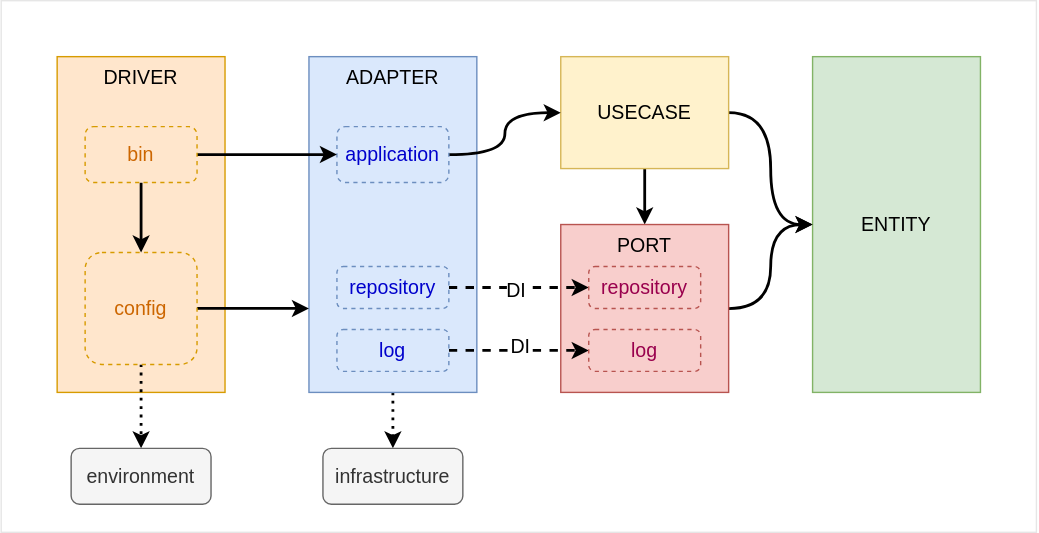
The draw.io diagram .docs/images/architecture.drawio.svg in grandcolline/track_search, before a commit. Source tidied: cells renumbered, new cells last; positions are measured from the earlier drawing's top-left corner, leaving out a move shared by most shapes. The source it was exported from:
```xml
<mxGraphModel>
  <root>
    <mxCell id="0" />
    <mxCell id="1" parent="0" />
    <mxCell id="2" style="rounded=0;whiteSpace=wrap;html=1;fontSize=14;fillColor=none;strokeColor=#E6E6E6;" parent="1" vertex="1">
      <mxGeometry width="740" height="380" as="geometry" />
    </mxCell>
    <mxCell id="3" value="&lt;font style=&quot;font-size: 14px;&quot;&gt;ENTITY&lt;/font&gt;" style="rounded=0;whiteSpace=wrap;html=1;fillColor=#d5e8d4;strokeColor=#82b366;verticalAlign=middle;" parent="1" vertex="1">
      <mxGeometry x="580" y="40" width="120" height="240" as="geometry" />
    </mxCell>
    <mxCell id="4" style="edgeStyle=orthogonalEdgeStyle;curved=1;rounded=0;jettySize=auto;html=1;entryX=0;entryY=0.5;entryDx=0;entryDy=0;fontSize=14;strokeWidth=2;" parent="1" edge="1" source="6" target="3">
      <mxGeometry relative="1" as="geometry" />
    </mxCell>
    <mxCell id="5" style="edgeStyle=orthogonalEdgeStyle;curved=1;rounded=0;jettySize=auto;html=1;fontSize=14;strokeWidth=2;" parent="1" edge="1" source="6" target="11">
      <mxGeometry relative="1" as="geometry" />
    </mxCell>
    <mxCell id="6" value="&lt;span style=&quot;font-size: 14px;&quot;&gt;USECASE&lt;/span&gt;" style="rounded=0;whiteSpace=wrap;html=1;fillColor=#fff2cc;strokeColor=#d6b656;verticalAlign=middle;" parent="1" vertex="1">
      <mxGeometry x="400" y="40" width="120" height="80" as="geometry" />
    </mxCell>
    <mxCell id="7" value="&lt;span style=&quot;font-size: 14px;&quot;&gt;DRIVER&lt;/span&gt;" style="rounded=0;whiteSpace=wrap;html=1;fillColor=#ffe6cc;strokeColor=#d79b00;verticalAlign=top;" parent="1" vertex="1">
      <mxGeometry x="40" y="40" width="120" height="240" as="geometry" />
    </mxCell>
    <mxCell id="8" style="edgeStyle=orthogonalEdgeStyle;curved=1;rounded=0;jettySize=auto;html=1;entryX=0.5;entryY=0;entryDx=0;entryDy=0;dashed=1;dashPattern=1 2;fontSize=14;fontColor=#000000;strokeWidth=2;" parent="1" edge="1" source="9" target="29">
      <mxGeometry relative="1" as="geometry" />
    </mxCell>
    <mxCell id="9" value="&lt;span style=&quot;font-size: 14px;&quot;&gt;ADAPTER&lt;/span&gt;" style="rounded=0;whiteSpace=wrap;html=1;fillColor=#dae8fc;strokeColor=#6c8ebf;verticalAlign=top;" parent="1" vertex="1">
      <mxGeometry x="220" y="40" width="120" height="240" as="geometry" />
    </mxCell>
    <mxCell id="10" style="edgeStyle=orthogonalEdgeStyle;curved=1;rounded=0;jettySize=auto;html=1;fontSize=14;strokeWidth=2;" parent="1" edge="1" source="11" target="3">
      <mxGeometry relative="1" as="geometry" />
    </mxCell>
    <mxCell id="11" value="&lt;span style=&quot;font-size: 14px;&quot;&gt;PORT&lt;/span&gt;" style="rounded=0;whiteSpace=wrap;html=1;fillColor=#f8cecc;strokeColor=#b85450;verticalAlign=top;" parent="1" vertex="1">
      <mxGeometry x="400" y="160" width="120" height="120" as="geometry" />
    </mxCell>
    <mxCell id="12" style="edgeStyle=orthogonalEdgeStyle;curved=1;rounded=0;jettySize=auto;html=1;fontSize=14;strokeWidth=2;" parent="1" edge="1" source="13" target="6">
      <mxGeometry relative="1" as="geometry" />
    </mxCell>
    <mxCell id="13" value="&lt;font color=&quot;#0000cc&quot;&gt;application&lt;/font&gt;" style="rounded=1;whiteSpace=wrap;html=1;fontSize=14;fillColor=#dae8fc;dashed=1;strokeColor=#6c8ebf;" parent="1" vertex="1">
      <mxGeometry x="240" y="90" width="80" height="40" as="geometry" />
    </mxCell>
    <mxCell id="14" style="edgeStyle=orthogonalEdgeStyle;curved=1;rounded=0;jettySize=auto;html=1;entryX=0;entryY=0.5;entryDx=0;entryDy=0;fontSize=14;strokeWidth=2;dashed=1;" parent="1" edge="1" source="16" target="20">
      <mxGeometry relative="1" as="geometry" />
    </mxCell>
    <mxCell id="15" value="DI" style="edgeLabel;html=1;align=center;verticalAlign=middle;fontSize=14;fontColor=#000000;" parent="14" vertex="1">
      <mxGeometry x="-0.05" relative="1" as="geometry">
        <mxPoint y="1" as="offset" />
      </mxGeometry>
    </mxCell>
    <mxCell id="16" value="&lt;span style=&quot;color: rgb(0, 0, 204);&quot;&gt;repository&lt;/span&gt;" style="rounded=1;whiteSpace=wrap;html=1;fontSize=14;fillColor=#dae8fc;dashed=1;strokeColor=#6c8ebf;" parent="1" vertex="1">
      <mxGeometry x="240" y="190" width="80" height="30" as="geometry" />
    </mxCell>
    <mxCell id="17" style="edgeStyle=orthogonalEdgeStyle;curved=1;rounded=0;jettySize=auto;html=1;entryX=0;entryY=0.5;entryDx=0;entryDy=0;fontSize=14;strokeWidth=2;dashed=1;" parent="1" edge="1" source="19" target="21">
      <mxGeometry relative="1" as="geometry" />
    </mxCell>
    <mxCell id="18" value="&lt;font color=&quot;#000000&quot;&gt;DI&lt;/font&gt;" style="edgeLabel;html=1;align=center;verticalAlign=middle;fontSize=14;fontColor=#0000CC;" parent="17" vertex="1">
      <mxGeometry x="0.01" y="5" relative="1" as="geometry">
        <mxPoint y="1" as="offset" />
      </mxGeometry>
    </mxCell>
    <mxCell id="19" value="&lt;font color=&quot;#0000cc&quot;&gt;log&lt;/font&gt;" style="rounded=1;whiteSpace=wrap;html=1;fontSize=14;fillColor=#dae8fc;dashed=1;strokeColor=#6c8ebf;" parent="1" vertex="1">
      <mxGeometry x="240" y="235" width="80" height="30" as="geometry" />
    </mxCell>
    <mxCell id="20" value="&lt;font color=&quot;#99004d&quot;&gt;repository&lt;/font&gt;" style="rounded=1;whiteSpace=wrap;html=1;fontSize=14;fillColor=#f8cecc;dashed=1;strokeColor=#b85450;" parent="1" vertex="1">
      <mxGeometry x="420" y="190" width="80" height="30" as="geometry" />
    </mxCell>
    <mxCell id="21" value="&lt;font color=&quot;#99004d&quot;&gt;log&lt;/font&gt;" style="rounded=1;whiteSpace=wrap;html=1;fontSize=14;fillColor=#f8cecc;dashed=1;strokeColor=#b85450;" parent="1" vertex="1">
      <mxGeometry x="420" y="235" width="80" height="30" as="geometry" />
    </mxCell>
    <mxCell id="22" style="edgeStyle=orthogonalEdgeStyle;curved=1;rounded=0;jettySize=auto;html=1;fontSize=14;fontColor=#000000;strokeWidth=2;dashed=1;dashPattern=1 2;" parent="1" edge="1" source="24" target="28">
      <mxGeometry relative="1" as="geometry" />
    </mxCell>
    <mxCell id="23" style="edgeStyle=orthogonalEdgeStyle;curved=1;rounded=0;jettySize=auto;html=1;entryX=0;entryY=0.75;entryDx=0;entryDy=0;fontSize=10;fontColor=#000000;strokeWidth=2;" parent="1" edge="1" source="24" target="9">
      <mxGeometry relative="1" as="geometry" />
    </mxCell>
    <mxCell id="24" value="&lt;font color=&quot;#cc6600&quot;&gt;config&lt;/font&gt;" style="rounded=1;whiteSpace=wrap;html=1;fontSize=14;fillColor=#ffe6cc;dashed=1;strokeColor=#d79b00;" parent="1" vertex="1">
      <mxGeometry x="60" y="180" width="80" height="80" as="geometry" />
    </mxCell>
    <mxCell id="25" style="edgeStyle=orthogonalEdgeStyle;curved=1;rounded=0;jettySize=auto;html=1;entryX=0;entryY=0.5;entryDx=0;entryDy=0;fontSize=14;strokeWidth=2;" parent="1" edge="1" source="27" target="13">
      <mxGeometry relative="1" as="geometry" />
    </mxCell>
    <mxCell id="26" style="edgeStyle=orthogonalEdgeStyle;curved=1;rounded=0;jettySize=auto;html=1;fontSize=14;fontColor=#0000CC;strokeWidth=2;" parent="1" edge="1" source="27" target="24">
      <mxGeometry relative="1" as="geometry" />
    </mxCell>
    <mxCell id="27" value="&lt;font color=&quot;#cc6600&quot;&gt;bin&lt;/font&gt;" style="rounded=1;whiteSpace=wrap;html=1;fontSize=14;fillColor=#ffe6cc;dashed=1;strokeColor=#d79b00;" parent="1" vertex="1">
      <mxGeometry x="60" y="90" width="80" height="40" as="geometry" />
    </mxCell>
    <mxCell id="28" value="environment" style="rounded=1;whiteSpace=wrap;html=1;fontSize=14;fontColor=#333333;fillColor=#f5f5f5;strokeColor=#666666;" parent="1" vertex="1">
      <mxGeometry x="50" y="320" width="100" height="40" as="geometry" />
    </mxCell>
    <mxCell id="29" value="infrastructure" style="rounded=1;whiteSpace=wrap;html=1;fontSize=14;fontColor=#333333;fillColor=#f5f5f5;strokeColor=#666666;" parent="1" vertex="1">
      <mxGeometry x="230" y="320" width="100" height="40" as="geometry" />
    </mxCell>
  </root>
</mxGraphModel>
```
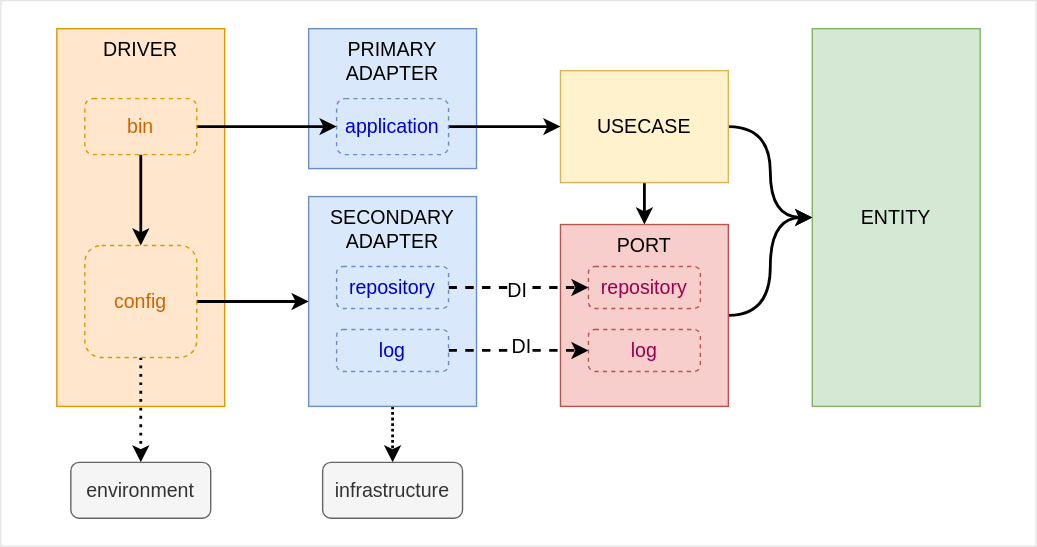
Above is the later version.

What changed in the source:
```diff
@@ -2,11 +2,17 @@
   <root>
     <mxCell id="0" />
     <mxCell id="1" parent="0" />
+    <mxCell id="30" style="edgeStyle=orthogonalEdgeStyle;rounded=0;jettySize=auto;html=1;entryX=0.5;entryY=0;entryDx=0;entryDy=0;strokeWidth=2;dashed=1;dashPattern=1 1;" parent="1" edge="1" source="31" target="29">
+      <mxGeometry relative="1" as="geometry" />
+    </mxCell>
+    <mxCell id="31" value="&lt;span style=&quot;font-size: 14px;&quot;&gt;SECONDARY&lt;br&gt;ADAPTER&lt;/span&gt;" style="rounded=0;whiteSpace=wrap;html=1;fillColor=#dae8fc;strokeColor=#6c8ebf;verticalAlign=top;" parent="1" vertex="1">
+      <mxGeometry x="220" y="160" width="120" height="150" as="geometry" />
+    </mxCell>
     <mxCell id="2" style="rounded=0;whiteSpace=wrap;html=1;fontSize=14;fillColor=none;strokeColor=#E6E6E6;" parent="1" vertex="1">
-      <mxGeometry width="740" height="380" as="geometry" />
+      <mxGeometry y="20" width="740" height="390" as="geometry" />
     </mxCell>
     <mxCell id="3" value="&lt;font style=&quot;font-size: 14px;&quot;&gt;ENTITY&lt;/font&gt;" style="rounded=0;whiteSpace=wrap;html=1;fillColor=#d5e8d4;strokeColor=#82b366;verticalAlign=middle;" parent="1" vertex="1">
-      <mxGeometry x="580" y="40" width="120" height="240" as="geometry" />
+      <mxGeometry x="580" y="40" width="120" height="270" as="geometry" />
     </mxCell>
     <mxCell id="4" style="edgeStyle=orthogonalEdgeStyle;curved=1;rounded=0;jettySize=auto;html=1;entryX=0;entryY=0.5;entryDx=0;entryDy=0;fontSize=14;strokeWidth=2;" parent="1" edge="1" source="6" target="3">
       <mxGeometry relative="1" as="geometry" />
@@ -15,24 +21,21 @@
       <mxGeometry relative="1" as="geometry" />
     </mxCell>
     <mxCell id="6" value="&lt;span style=&quot;font-size: 14px;&quot;&gt;USECASE&lt;/span&gt;" style="rounded=0;whiteSpace=wrap;html=1;fillColor=#fff2cc;strokeColor=#d6b656;verticalAlign=middle;" parent="1" vertex="1">
-      <mxGeometry x="400" y="40" width="120" height="80" as="geometry" />
+      <mxGeometry x="400" y="70" width="120" height="80" as="geometry" />
     </mxCell>
     <mxCell id="7" value="&lt;span style=&quot;font-size: 14px;&quot;&gt;DRIVER&lt;/span&gt;" style="rounded=0;whiteSpace=wrap;html=1;fillColor=#ffe6cc;strokeColor=#d79b00;verticalAlign=top;" parent="1" vertex="1">
-      <mxGeometry x="40" y="40" width="120" height="240" as="geometry" />
+      <mxGeometry x="40" y="40" width="120" height="270" as="geometry" />
     </mxCell>
-    <mxCell id="8" style="edgeStyle=orthogonalEdgeStyle;curved=1;rounded=0;jettySize=auto;html=1;entryX=0.5;entryY=0;entryDx=0;entryDy=0;dashed=1;dashPattern=1 2;fontSize=14;fontColor=#000000;strokeWidth=2;" parent="1" edge="1" source="9" target="29">
-      <mxGeometry relative="1" as="geometry" />
-    </mxCell>
-    <mxCell id="9" value="&lt;span style=&quot;font-size: 14px;&quot;&gt;ADAPTER&lt;/span&gt;" style="rounded=0;whiteSpace=wrap;html=1;fillColor=#dae8fc;strokeColor=#6c8ebf;verticalAlign=top;" parent="1" vertex="1">
-      <mxGeometry x="220" y="40" width="120" height="240" as="geometry" />
+    <mxCell id="9" value="&lt;span style=&quot;font-size: 14px;&quot;&gt;PRIMARY&lt;br&gt;ADAPTER&lt;/span&gt;" style="rounded=0;whiteSpace=wrap;html=1;fillColor=#dae8fc;strokeColor=#6c8ebf;verticalAlign=top;" parent="1" vertex="1">
+      <mxGeometry x="220" y="40" width="120" height="100" as="geometry" />
     </mxCell>
     <mxCell id="10" style="edgeStyle=orthogonalEdgeStyle;curved=1;rounded=0;jettySize=auto;html=1;fontSize=14;strokeWidth=2;" parent="1" edge="1" source="11" target="3">
       <mxGeometry relative="1" as="geometry" />
     </mxCell>
     <mxCell id="11" value="&lt;span style=&quot;font-size: 14px;&quot;&gt;PORT&lt;/span&gt;" style="rounded=0;whiteSpace=wrap;html=1;fillColor=#f8cecc;strokeColor=#b85450;verticalAlign=top;" parent="1" vertex="1">
-      <mxGeometry x="400" y="160" width="120" height="120" as="geometry" />
+      <mxGeometry x="400" y="180" width="120" height="130" as="geometry" />
     </mxCell>
-    <mxCell id="12" style="edgeStyle=orthogonalEdgeStyle;curved=1;rounded=0;jettySize=auto;html=1;fontSize=14;strokeWidth=2;" parent="1" edge="1" source="13" target="6">
+    <mxCell id="12" style="edgeStyle=orthogonalEdgeStyle;rounded=0;jettySize=auto;html=1;strokeWidth=2;curved=1;" parent="1" edge="1" source="13" target="6">
       <mxGeometry relative="1" as="geometry" />
     </mxCell>
     <mxCell id="13" value="&lt;font color=&quot;#0000cc&quot;&gt;application&lt;/font&gt;" style="rounded=1;whiteSpace=wrap;html=1;fontSize=14;fillColor=#dae8fc;dashed=1;strokeColor=#6c8ebf;" parent="1" vertex="1">
@@ -47,7 +50,7 @@
       </mxGeometry>
     </mxCell>
     <mxCell id="16" value="&lt;span style=&quot;color: rgb(0, 0, 204);&quot;&gt;repository&lt;/span&gt;" style="rounded=1;whiteSpace=wrap;html=1;fontSize=14;fillColor=#dae8fc;dashed=1;strokeColor=#6c8ebf;" parent="1" vertex="1">
-      <mxGeometry x="240" y="190" width="80" height="30" as="geometry" />
+      <mxGeometry x="240" y="210" width="80" height="30" as="geometry" />
     </mxCell>
     <mxCell id="17" style="edgeStyle=orthogonalEdgeStyle;curved=1;rounded=0;jettySize=auto;html=1;entryX=0;entryY=0.5;entryDx=0;entryDy=0;fontSize=14;strokeWidth=2;dashed=1;" parent="1" edge="1" source="19" target="21">
       <mxGeometry relative="1" as="geometry" />
@@ -58,22 +61,22 @@
       </mxGeometry>
     </mxCell>
     <mxCell id="19" value="&lt;font color=&quot;#0000cc&quot;&gt;log&lt;/font&gt;" style="rounded=1;whiteSpace=wrap;html=1;fontSize=14;fillColor=#dae8fc;dashed=1;strokeColor=#6c8ebf;" parent="1" vertex="1">
-      <mxGeometry x="240" y="235" width="80" height="30" as="geometry" />
+      <mxGeometry x="240" y="255" width="80" height="30" as="geometry" />
     </mxCell>
     <mxCell id="20" value="&lt;font color=&quot;#99004d&quot;&gt;repository&lt;/font&gt;" style="rounded=1;whiteSpace=wrap;html=1;fontSize=14;fillColor=#f8cecc;dashed=1;strokeColor=#b85450;" parent="1" vertex="1">
-      <mxGeometry x="420" y="190" width="80" height="30" as="geometry" />
+      <mxGeometry x="420" y="210" width="80" height="30" as="geometry" />
     </mxCell>
     <mxCell id="21" value="&lt;font color=&quot;#99004d&quot;&gt;log&lt;/font&gt;" style="rounded=1;whiteSpace=wrap;html=1;fontSize=14;fillColor=#f8cecc;dashed=1;strokeColor=#b85450;" parent="1" vertex="1">
-      <mxGeometry x="420" y="235" width="80" height="30" as="geometry" />
+      <mxGeometry x="420" y="255" width="80" height="30" as="geometry" />
     </mxCell>
     <mxCell id="22" style="edgeStyle=orthogonalEdgeStyle;curved=1;rounded=0;jettySize=auto;html=1;fontSize=14;fontColor=#000000;strokeWidth=2;dashed=1;dashPattern=1 2;" parent="1" edge="1" source="24" target="28">
       <mxGeometry relative="1" as="geometry" />
     </mxCell>
-    <mxCell id="23" style="edgeStyle=orthogonalEdgeStyle;curved=1;rounded=0;jettySize=auto;html=1;entryX=0;entryY=0.75;entryDx=0;entryDy=0;fontSize=10;fontColor=#000000;strokeWidth=2;" parent="1" edge="1" source="24" target="9">
-      <mxGeometry relative="1" as="geometry" />
-    </mxCell>
+    <mxCell id="32" style="edgeStyle=orthogonalEdgeStyle;rounded=0;jettySize=auto;html=1;strokeWidth=2;" parent="1" edge="1" source="24" target="31">
+      <mxGeometry relative="1" as="geometry" />
+    </mxCell>
     <mxCell id="24" value="&lt;font color=&quot;#cc6600&quot;&gt;config&lt;/font&gt;" style="rounded=1;whiteSpace=wrap;html=1;fontSize=14;fillColor=#ffe6cc;dashed=1;strokeColor=#d79b00;" parent="1" vertex="1">
-      <mxGeometry x="60" y="180" width="80" height="80" as="geometry" />
+      <mxGeometry x="60" y="195" width="80" height="80" as="geometry" />
     </mxCell>
     <mxCell id="25" style="edgeStyle=orthogonalEdgeStyle;curved=1;rounded=0;jettySize=auto;html=1;entryX=0;entryY=0.5;entryDx=0;entryDy=0;fontSize=14;strokeWidth=2;" parent="1" edge="1" source="27" target="13">
       <mxGeometry relative="1" as="geometry" />
@@ -85,10 +88,10 @@
       <mxGeometry x="60" y="90" width="80" height="40" as="geometry" />
     </mxCell>
     <mxCell id="28" value="environment" style="rounded=1;whiteSpace=wrap;html=1;fontSize=14;fontColor=#333333;fillColor=#f5f5f5;strokeColor=#666666;" parent="1" vertex="1">
-      <mxGeometry x="50" y="320" width="100" height="40" as="geometry" />
+      <mxGeometry x="50" y="350" width="100" height="40" as="geometry" />
     </mxCell>
     <mxCell id="29" value="infrastructure" style="rounded=1;whiteSpace=wrap;html=1;fontSize=14;fontColor=#333333;fillColor=#f5f5f5;strokeColor=#666666;" parent="1" vertex="1">
-      <mxGeometry x="230" y="320" width="100" height="40" as="geometry" />
+      <mxGeometry x="230" y="350" width="100" height="40" as="geometry" />
     </mxCell>
   </root>
 </mxGraphModel>
```
